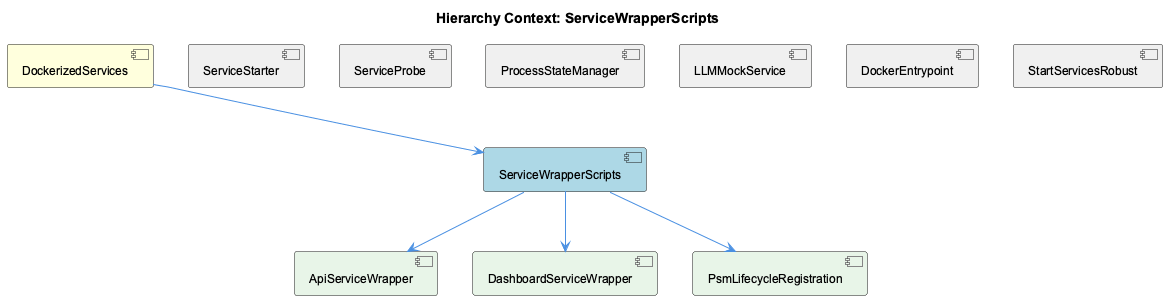
The PlantUML diagram knowledge-management/insights/images/service-wrapper-scripts-relationship.png in fwornle/coding, before a commit.
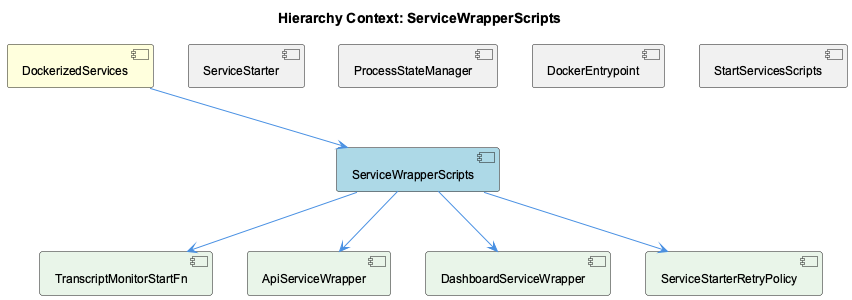
Above is the later version.

Change to the diagram source:
```diff
@@ -6,24 +6,22 @@
 [DockerizedServices] as dockerized_services #FFFFDD
 [ServiceWrapperScripts] as service_wrapper_scripts #LightBlue
 [ServiceStarter] as service_starter #F0F0F0
-[ServiceProbe] as service_probe #F0F0F0
 [ProcessStateManager] as process_state_manager #F0F0F0
-[LLMMockService] as llmmock_service #F0F0F0
 [DockerEntrypoint] as docker_entrypoint #F0F0F0
-[StartServicesRobust] as start_services_robust #F0F0F0
+[StartServicesScripts] as start_services_scripts #F0F0F0
+[TranscriptMonitorStartFn] as transcript_monitor_start_fn #E8F5E8
 [ApiServiceWrapper] as api_service_wrapper #E8F5E8
 [DashboardServiceWrapper] as dashboard_service_wrapper #E8F5E8
-[PsmLifecycleRegistration] as psm_lifecycle_registration #E8F5E8
+[ServiceStarterRetryPolicy] as service_starter_retry_policy #E8F5E8
 
 dockerized_services --> service_wrapper_scripts
 service_starter -[hidden]- service_wrapper_scripts
-service_probe -[hidden]- service_wrapper_scripts
 process_state_manager -[hidden]- service_wrapper_scripts
-llmmock_service -[hidden]- service_wrapper_scripts
 docker_entrypoint -[hidden]- service_wrapper_scripts
-start_services_robust -[hidden]- service_wrapper_scripts
+start_services_scripts -[hidden]- service_wrapper_scripts
+service_wrapper_scripts --> transcript_monitor_start_fn
 service_wrapper_scripts --> api_service_wrapper
 service_wrapper_scripts --> dashboard_service_wrapper
-service_wrapper_scripts --> psm_lifecycle_registration
+service_wrapper_scripts --> service_starter_retry_policy
 
 @enduml
```
